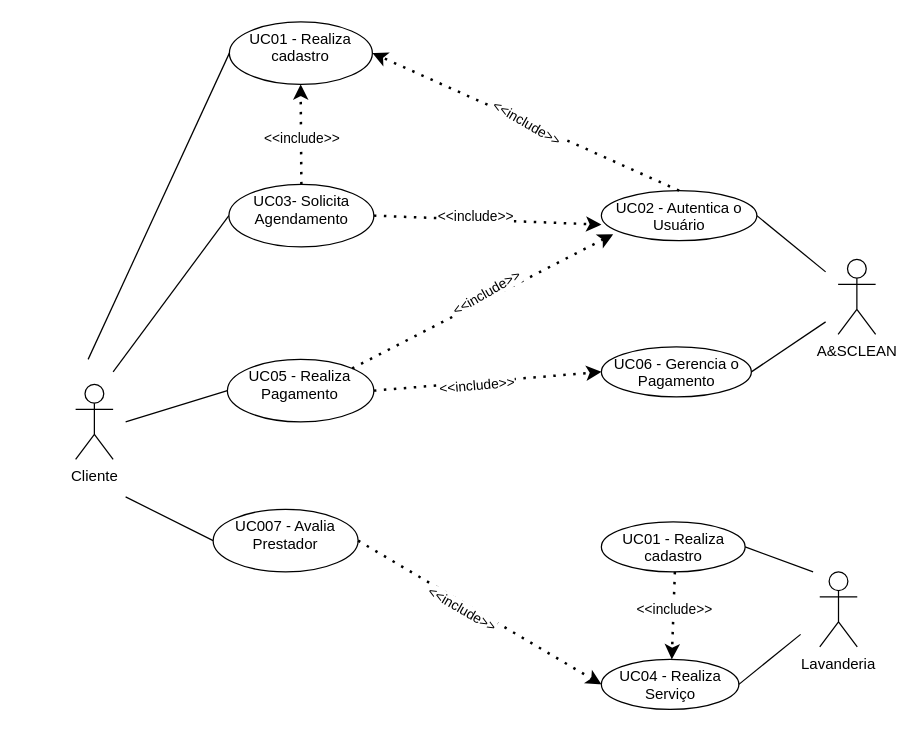
Above: resources/casoUso.drawio in MuriloGomesMunhoz/A-SClean (draw.io), before the change. Source tidied: cells renumbered, new cells numbered last; positions are measured from the earlier drawing's top-left corner, leaving out a move shared by most shapes. Both pictures are drawn from the tidied source at 125%, with x=0, y=0 at pixel (75, 21).
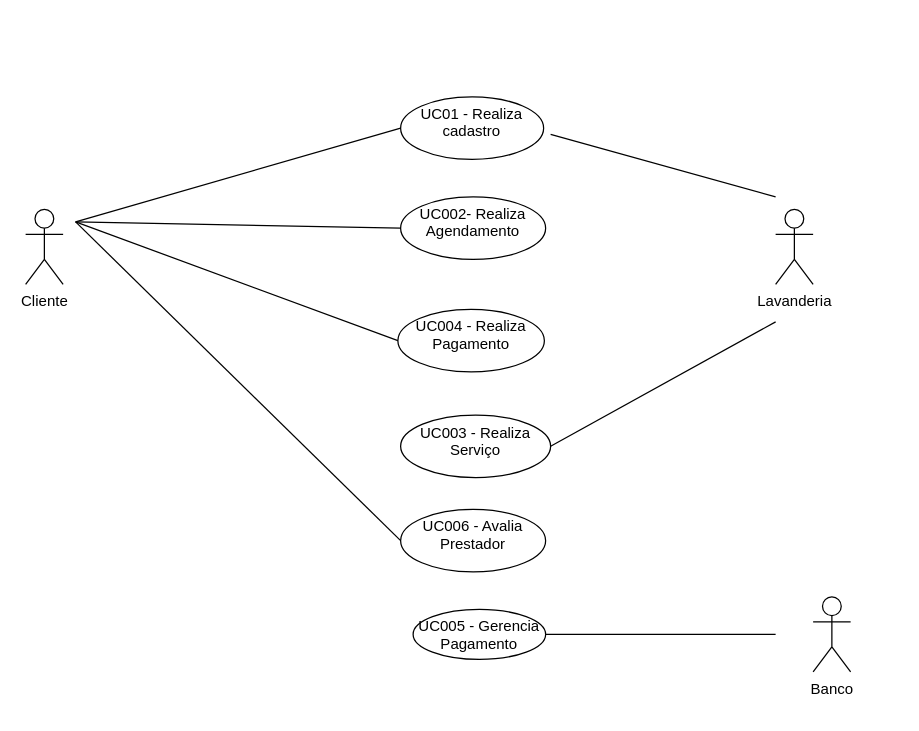
The same diagram, later.

Diff of the diagram source:
```diff
@@
-    <mxCell id="2" value="A&amp;amp;SCLEAN" style="shape=umlActor;verticalLabelPosition=bottom;verticalAlign=top;html=1;" parent="1" vertex="1">
-      <mxGeometry x="610" y="190" width="30" height="60" as="geometry" />
+    <mxCell id="2" value="Banco" style="shape=umlActor;verticalLabelPosition=bottom;verticalAlign=top;html=1;" parent="1" vertex="1">
+      <mxGeometry x="590" y="460" width="30" height="60" as="geometry" />
     </mxCell>
     <mxCell id="3" value="Cliente" style="shape=umlActor;verticalLabelPosition=bottom;verticalAlign=top;html=1;" parent="1" vertex="1">
-      <mxGeometry y="290" width="30" height="60" as="geometry" />
+      <mxGeometry x="-40" y="150" width="30" height="60" as="geometry" />
     </mxCell>
     <mxCell id="4" value="Lavanderia" style="shape=umlActor;verticalLabelPosition=bottom;verticalAlign=top;html=1;" parent="1" vertex="1">
-      <mxGeometry x="595.3" y="440" width="30" height="60" as="geometry" />
+      <mxGeometry x="560" y="150" width="30" height="60" as="geometry" />
     </mxCell>
-    <mxCell id="5" value="UC02 - Autentica o Usuário" style="ellipse;whiteSpace=wrap;html=1;verticalAlign=top;" parent="1" vertex="1">
-      <mxGeometry x="420.6" y="135" width="124.4" height="40" as="geometry" />
-    </mxCell>
-    <mxCell id="6" value="UC06 - Gerencia o Pagamento" style="ellipse;whiteSpace=wrap;html=1;verticalAlign=top;" parent="1" vertex="1">
-      <mxGeometry x="420.6" y="260" width="120" height="40" as="geometry" />
+    <mxCell id="6" value="UC003 - Realiza Serviço" style="ellipse;whiteSpace=wrap;html=1;verticalAlign=top;" parent="1" vertex="1">
+      <mxGeometry x="260" y="314.5" width="120" height="50" as="geometry" />
     </mxCell>
-    <mxCell id="7" value="UC04 - Realiza Serviço" style="ellipse;whiteSpace=wrap;html=1;verticalAlign=top;" parent="1" vertex="1">
-      <mxGeometry x="420.6" y="510" width="110" height="40" as="geometry" />
+    <mxCell id="7" value="UC005 - Gerencia Pagamento" style="ellipse;whiteSpace=wrap;html=1;verticalAlign=top;" parent="1" vertex="1">
+      <mxGeometry x="270" y="470" width="106" height="40" as="geometry" />
     </mxCell>
     <mxCell id="8" value="UC01 - Realiza cadastro" style="ellipse;whiteSpace=wrap;html=1;verticalAlign=top;" parent="1" vertex="1">
-      <mxGeometry x="123" width="114.4" height="50" as="geometry" />
+      <mxGeometry x="260" y="60" width="114.4" height="50" as="geometry" />
     </mxCell>
-    <mxCell id="9" value="UC05 - Realiza Pagamento" style="ellipse;whiteSpace=wrap;html=1;verticalAlign=top;" parent="1" vertex="1">
-      <mxGeometry x="121.4" y="270" width="117.2" height="50" as="geometry" />
+    <mxCell id="9" value="UC004 - Realiza Pagamento" style="ellipse;whiteSpace=wrap;html=1;verticalAlign=top;" parent="1" vertex="1">
+      <mxGeometry x="257.8" y="230" width="117.2" height="50" as="geometry" />
     </mxCell>
-    <mxCell id="10" value="UC007 - Avalia Prestador" style="ellipse;whiteSpace=wrap;html=1;verticalAlign=top;" parent="1" vertex="1">
-      <mxGeometry x="110" y="390" width="116" height="50" as="geometry" />
+    <mxCell id="10" value="UC006 - Avalia Prestador" style="ellipse;whiteSpace=wrap;html=1;verticalAlign=top;" parent="1" vertex="1">
+      <mxGeometry x="260" y="390" width="116" height="50" as="geometry" />
     </mxCell>
-    <mxCell id="11" value="UC01 - Realiza cadastro" style="ellipse;whiteSpace=wrap;html=1;verticalAlign=top;" parent="1" vertex="1">
-      <mxGeometry x="420.6" y="400" width="115" height="40" as="geometry" />
-    </mxCell>
     <mxCell id="12" style="endArrow=none;html=1;rounded=0;entryX=0;entryY=0.5;entryDx=0;entryDy=0;" parent="1" edge="1" target="8">
       <mxGeometry relative="1" as="geometry">
-        <mxPoint x="10" y="270" as="sourcePoint" />
+        <mxPoint y="160" as="sourcePoint" />
       </mxGeometry>
     </mxCell>
     <mxCell id="13" style="endArrow=none;html=1;rounded=0;entryX=0;entryY=0.5;entryDx=0;entryDy=0;" parent="1" edge="1" target="9">
       <mxGeometry relative="1" as="geometry">
-        <mxPoint x="40" y="320" as="sourcePoint" />
+        <mxPoint y="160" as="sourcePoint" />
       </mxGeometry>
     </mxCell>
     <mxCell id="14" style="endArrow=none;html=1;rounded=0;entryX=0;entryY=0.5;entryDx=0;entryDy=0;" parent="1" edge="1" target="10">
       <mxGeometry relative="1" as="geometry">
-        <mxPoint x="40" y="380" as="sourcePoint" />
+        <mxPoint y="160" as="sourcePoint" />
       </mxGeometry>
     </mxCell>
-    <mxCell id="15" style="endArrow=none;html=1;rounded=0;entryX=1;entryY=0.5;entryDx=0;entryDy=0;" parent="1" edge="1" target="5">
+    <mxCell id="15" style="endArrow=none;html=1;rounded=0;" parent="1" edge="1">
       <mxGeometry relative="1" as="geometry">
-        <mxPoint x="600" y="200" as="sourcePoint" />
+        <mxPoint x="560" y="140" as="sourcePoint" />
+        <mxPoint x="380" y="90" as="targetPoint" />
       </mxGeometry>
     </mxCell>
     <mxCell id="16" style="endArrow=none;html=1;rounded=0;entryX=1;entryY=0.5;entryDx=0;entryDy=0;" parent="1" edge="1" target="6">
       <mxGeometry relative="1" as="geometry">
-        <mxPoint x="600" y="240" as="sourcePoint" />
+        <mxPoint x="560" y="240" as="sourcePoint" />
       </mxGeometry>
     </mxCell>
-    <mxCell id="17" style="endArrow=none;html=1;rounded=0;entryX=1;entryY=0.5;entryDx=0;entryDy=0;" parent="1" edge="1" target="11">
-      <mxGeometry relative="1" as="geometry">
-        <mxPoint x="590" y="440" as="sourcePoint" />
-      </mxGeometry>
-    </mxCell>
     <mxCell id="18" style="endArrow=none;html=1;rounded=0;entryX=1;entryY=0.5;entryDx=0;entryDy=0;" parent="1" edge="1" target="7">
       <mxGeometry relative="1" as="geometry">
-        <mxPoint x="580" y="490" as="sourcePoint" />
+        <mxPoint x="560" y="490" as="sourcePoint" />
       </mxGeometry>
     </mxCell>
-    <mxCell id="19" style="endArrow=classic;dashed=1;html=1;dashPattern=1 3;strokeWidth=2;rounded=0;entryX=0;entryY=0.5;entryDx=0;entryDy=0;exitX=1;exitY=0.5;exitDx=0;exitDy=0;endFill=1;" parent="1" edge="1" source="9" target="6">
-      <mxGeometry relative="1" as="geometry" />
-    </mxCell>
-    <mxCell id="20" value="&amp;lt;&amp;lt;include&amp;gt;&amp;gt;" style="edgeLabel;html=1;align=center;verticalAlign=middle;rotation=-5;" parent="19" vertex="1">
-      <mxGeometry x="0.7" relative="1" as="geometry">
-        <mxPoint x="-73" y="8" as="offset" />
-      </mxGeometry>
-    </mxCell>
-    <mxCell id="21" style="endArrow=classic;dashed=1;html=1;dashPattern=1 3;strokeWidth=2;rounded=0;entryX=0.5;entryY=0;entryDx=0;entryDy=0;exitX=0.5;exitY=1;exitDx=0;exitDy=0;endFill=1;" parent="1" edge="1">
-      <mxGeometry relative="1" as="geometry">
-        <mxPoint x="479.4" y="440" as="sourcePoint" />
-        <mxPoint x="476.9" y="510" as="targetPoint" />
-      </mxGeometry>
-    </mxCell>
-    <mxCell id="22" value="&amp;lt;&amp;lt;include&amp;gt;&amp;gt;" style="edgeLabel;html=1;align=center;verticalAlign=middle;rotation=0;" parent="21" vertex="1">
-      <mxGeometry x="0.7" relative="1" as="geometry">
-        <mxPoint x="1" y="-30" as="offset" />
-      </mxGeometry>
-    </mxCell>
-    <mxCell id="23" style="endArrow=classic;dashed=1;html=1;dashPattern=1 3;strokeWidth=2;rounded=0;exitX=1;exitY=0;exitDx=0;exitDy=0;endFill=1;" parent="1" edge="1" source="9">
-      <mxGeometry relative="1" as="geometry">
-        <mxPoint x="430" y="170" as="targetPoint" />
-      </mxGeometry>
-    </mxCell>
-    <mxCell id="24" value="&amp;lt;&amp;lt;include&amp;gt;&amp;gt;" style="edgeLabel;html=1;align=center;verticalAlign=middle;rotation=-30;" parent="23" vertex="1">
-      <mxGeometry x="0.7" relative="1" as="geometry">
-        <mxPoint x="-70" y="31" as="offset" />
-      </mxGeometry>
-    </mxCell>
-    <mxCell id="25" value="UC03- Solicita&lt;br&gt;Agendamento" style="ellipse;whiteSpace=wrap;html=1;verticalAlign=top;" parent="1" vertex="1">
-      <mxGeometry x="122.6" y="130" width="116" height="50" as="geometry" />
+    <mxCell id="25" value="UC002- Realiza&lt;br&gt;Agendamento" style="ellipse;whiteSpace=wrap;html=1;verticalAlign=top;" parent="1" vertex="1">
+      <mxGeometry x="260" y="140" width="116" height="50" as="geometry" />
     </mxCell>
     <mxCell id="26" style="endArrow=none;html=1;rounded=0;entryX=0;entryY=0.5;entryDx=0;entryDy=0;" parent="1" edge="1" target="25">
       <mxGeometry relative="1" as="geometry">
-        <mxPoint x="30" y="280" as="sourcePoint" />
+        <mxPoint y="160" as="sourcePoint" />
       </mxGeometry>
     </mxCell>
-    <mxCell id="27" style="endArrow=classic;dashed=1;html=1;dashPattern=1 3;strokeWidth=2;rounded=0;exitX=0.5;exitY=0;exitDx=0;exitDy=0;endFill=1;" parent="1" edge="1" source="25">
-      <mxGeometry relative="1" as="geometry">
-        <mxPoint x="180" y="50" as="targetPoint" />
-      </mxGeometry>
-    </mxCell>
-    <mxCell id="28" value="&amp;lt;&amp;lt;include&amp;gt;&amp;gt;" style="edgeLabel;html=1;align=center;verticalAlign=middle;rotation=0;" parent="27" vertex="1">
-      <mxGeometry x="0.7" relative="1" as="geometry">
-        <mxPoint y="30" as="offset" />
-      </mxGeometry>
-    </mxCell>
-    <mxCell id="29" style="endArrow=classic;dashed=1;html=1;dashPattern=1 3;strokeWidth=2;rounded=0;exitX=1;exitY=0.5;exitDx=0;exitDy=0;endFill=1;" parent="1" edge="1" source="25">
-      <mxGeometry relative="1" as="geometry">
-        <mxPoint x="420.6" y="162.2" as="targetPoint" />
-      </mxGeometry>
-    </mxCell>
-    <mxCell id="30" value="&amp;lt;&amp;lt;include&amp;gt;&amp;gt;" style="edgeLabel;html=1;align=center;verticalAlign=middle;rotation=0;" parent="29" vertex="1">
-      <mxGeometry x="0.7" relative="1" as="geometry">
-        <mxPoint x="-74" y="-6" as="offset" />
-      </mxGeometry>
-    </mxCell>
-    <mxCell id="31" style="endArrow=classic;dashed=1;html=1;dashPattern=1 3;strokeWidth=2;rounded=0;exitX=0.5;exitY=0;exitDx=0;exitDy=0;endFill=1;entryX=1;entryY=0.5;entryDx=0;entryDy=0;" parent="1" edge="1" source="5" target="8">
-      <mxGeometry relative="1" as="geometry" />
-    </mxCell>
-    <mxCell id="32" value="&amp;lt;&amp;lt;include&amp;gt;&amp;gt;" style="edgeLabel;html=1;align=center;verticalAlign=middle;rotation=30;" parent="31" vertex="1">
-      <mxGeometry x="0.7" relative="1" as="geometry">
-        <mxPoint x="87" y="39" as="offset" />
-      </mxGeometry>
-    </mxCell>
-    <mxCell id="33" style="endArrow=classic;dashed=1;html=1;dashPattern=1 3;strokeWidth=2;rounded=0;entryX=0;entryY=0.5;entryDx=0;entryDy=0;exitX=1;exitY=0.5;exitDx=0;exitDy=0;endFill=1;" parent="1" edge="1" source="10" target="7">
-      <mxGeometry relative="1" as="geometry" />
-    </mxCell>
-    <mxCell id="34" value="&amp;lt;&amp;lt;include&amp;gt;&amp;gt;" style="edgeLabel;html=1;align=center;verticalAlign=middle;rotation=30;" parent="33" vertex="1">
-      <mxGeometry x="0.7" relative="1" as="geometry">
-        <mxPoint x="-82" y="-43" as="offset" />
-      </mxGeometry>
-    </mxCell>
```
